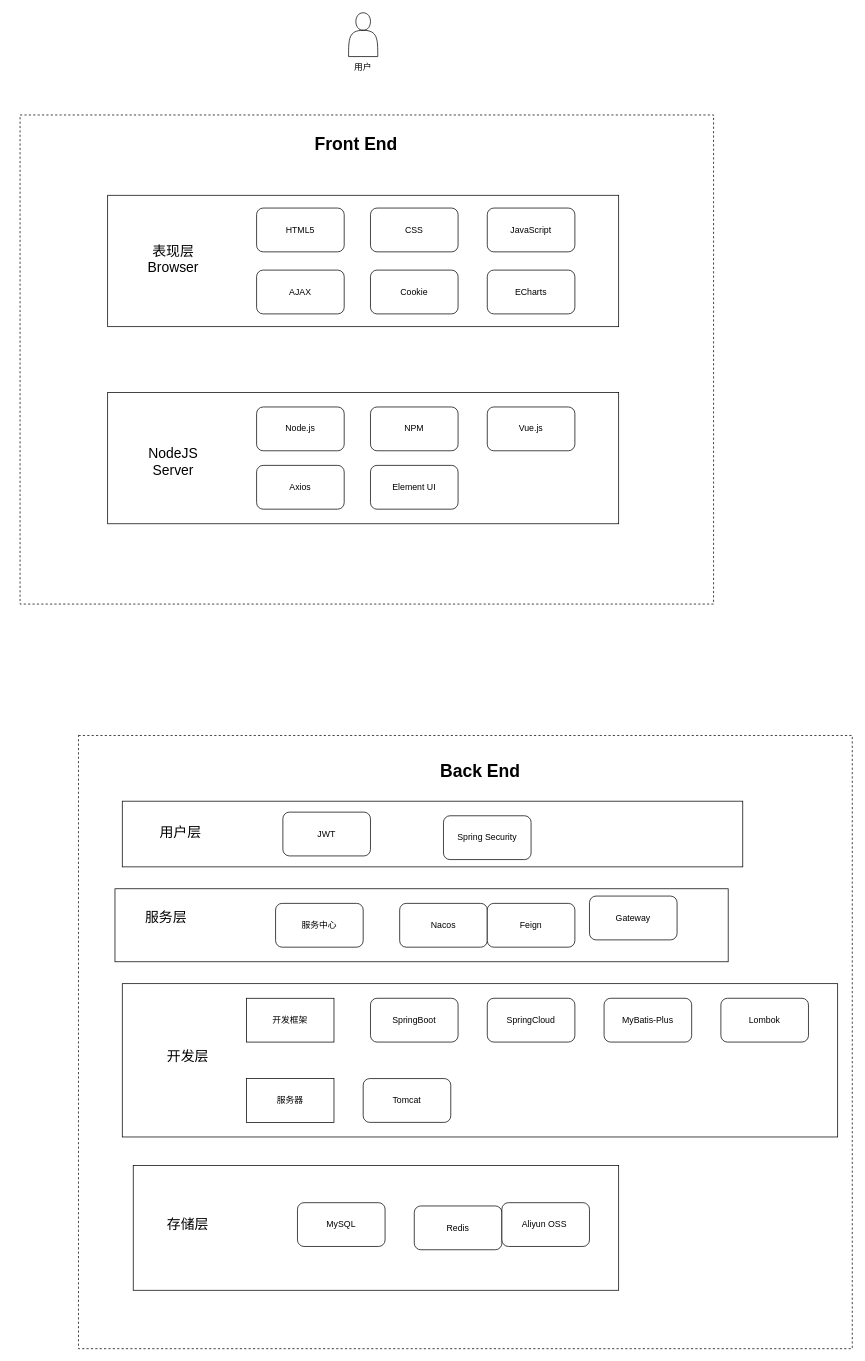
Alkaidar/draw keeps this draw.io diagram as 技术架构.drawio. Above is the earlier version. Source tidied: cells renumbered, new cells numbered last; positions are measured from the earlier drawing's top-left corner, leaving out a move shared by most shapes. Both pictures are drawn from the tidied source at 73%, with x=0, y=0 at pixel (20, 12).
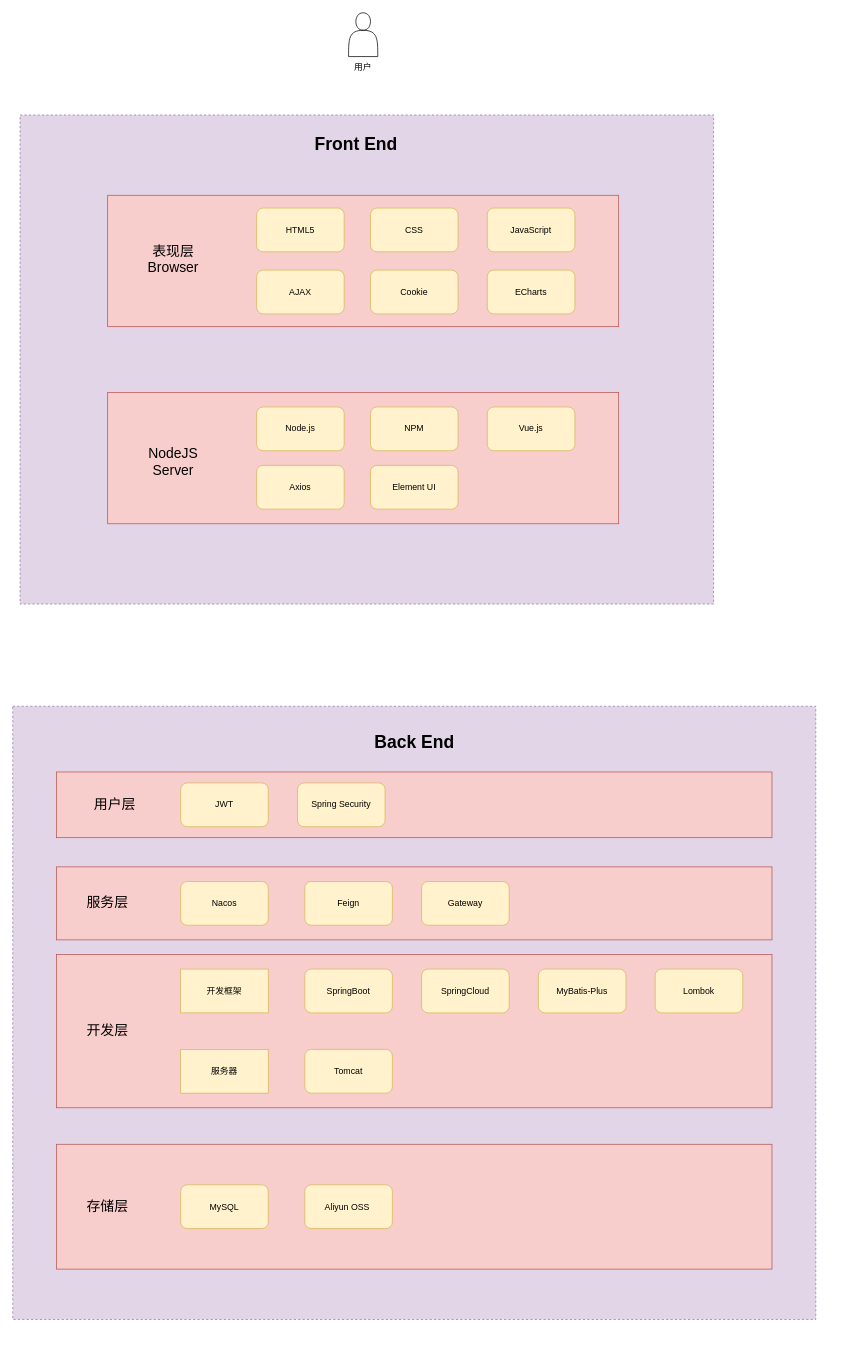
The same page after the edit.

Commit message:
更新技术架构.drawio

What changed in the source:
```diff
@@
-    <mxCell id="3" style="rounded=0;whiteSpace=wrap;html=1;dashed=1;" parent="1" vertex="1">
+    <mxCell id="3" style="rounded=0;whiteSpace=wrap;html=1;dashed=1;fillColor=#e1d5e7;strokeColor=#9673a6;" parent="1" vertex="1">
       <mxGeometry y="140" width="950" height="670" as="geometry" />
     </mxCell>
-    <mxCell id="4" style="rounded=0;whiteSpace=wrap;html=1;" parent="1" vertex="1">
+    <mxCell id="4" style="rounded=0;whiteSpace=wrap;html=1;fillColor=#f8cecc;strokeColor=#b85450;" parent="1" vertex="1">
       <mxGeometry x="120" y="250" width="700" height="180" as="geometry" />
     </mxCell>
-    <mxCell id="5" value="HTML5" style="rounded=1;whiteSpace=wrap;html=1;" parent="1" vertex="1">
+    <mxCell id="5" value="HTML5" style="rounded=1;whiteSpace=wrap;html=1;fillColor=#fff2cc;strokeColor=#d6b656;" parent="1" vertex="1">
       <mxGeometry x="324" y="267.5" width="120" height="60" as="geometry" />
     </mxCell>
-    <mxCell id="6" value="CSS" style="rounded=1;whiteSpace=wrap;html=1;" parent="1" vertex="1">
+    <mxCell id="6" value="CSS" style="rounded=1;whiteSpace=wrap;html=1;fillColor=#fff2cc;strokeColor=#d6b656;" parent="1" vertex="1">
       <mxGeometry x="480" y="267.5" width="120" height="60" as="geometry" />
     </mxCell>
-    <mxCell id="7" value="JavaScript" style="rounded=1;whiteSpace=wrap;html=1;" parent="1" vertex="1">
+    <mxCell id="7" value="JavaScript" style="rounded=1;whiteSpace=wrap;html=1;fillColor=#fff2cc;strokeColor=#d6b656;" parent="1" vertex="1">
       <mxGeometry x="640" y="267.5" width="120" height="60" as="geometry" />
     </mxCell>
-    <mxCell id="8" value="AJAX" style="rounded=1;whiteSpace=wrap;html=1;" parent="1" vertex="1">
+    <mxCell id="8" value="AJAX" style="rounded=1;whiteSpace=wrap;html=1;fillColor=#fff2cc;strokeColor=#d6b656;" parent="1" vertex="1">
       <mxGeometry x="324" y="352.5" width="120" height="60" as="geometry" />
     </mxCell>
-    <mxCell id="9" value="Cookie" style="rounded=1;whiteSpace=wrap;html=1;" parent="1" vertex="1">
+    <mxCell id="9" value="Cookie" style="rounded=1;whiteSpace=wrap;html=1;fillColor=#fff2cc;strokeColor=#d6b656;" parent="1" vertex="1">
       <mxGeometry x="480" y="352.5" width="120" height="60" as="geometry" />
     </mxCell>
-    <mxCell id="10" value="ECharts" style="rounded=1;whiteSpace=wrap;html=1;" parent="1" vertex="1">
+    <mxCell id="10" value="ECharts" style="rounded=1;whiteSpace=wrap;html=1;fillColor=#fff2cc;strokeColor=#d6b656;" parent="1" vertex="1">
       <mxGeometry x="640" y="352.5" width="120" height="60" as="geometry" />
     </mxCell>
-    <mxCell id="11" style="rounded=0;whiteSpace=wrap;html=1;dashed=1;" parent="1" vertex="1">
-      <mxGeometry x="80" y="990" width="1060" height="840" as="geometry" />
+    <mxCell id="11" style="rounded=0;whiteSpace=wrap;html=1;dashed=1;fillColor=#e1d5e7;strokeColor=#9673a6;" parent="1" vertex="1">
+      <mxGeometry x="-10" y="950" width="1100" height="840" as="geometry" />
     </mxCell>
-    <mxCell id="12" style="rounded=0;whiteSpace=wrap;html=1;" parent="1" vertex="1">
-      <mxGeometry x="140" y="1080" width="850" height="90" as="geometry" />
+    <mxCell id="12" style="rounded=0;whiteSpace=wrap;html=1;fillColor=#f8cecc;strokeColor=#b85450;" parent="1" vertex="1">
+      <mxGeometry x="50" y="1040" width="980" height="90" as="geometry" />
     </mxCell>
-    <mxCell id="13" value="JWT" style="rounded=1;whiteSpace=wrap;html=1;" parent="1" vertex="1">
-      <mxGeometry x="360" y="1095" width="120" height="60" as="geometry" />
+    <mxCell id="13" value="JWT" style="rounded=1;whiteSpace=wrap;html=1;fillColor=#fff2cc;strokeColor=#d6b656;" parent="1" vertex="1">
+      <mxGeometry x="220" y="1055" width="120" height="60" as="geometry" />
     </mxCell>
-    <mxCell id="14" value="Spring Security" style="rounded=1;whiteSpace=wrap;html=1;" parent="1" vertex="1">
-      <mxGeometry x="580" y="1100" width="120" height="60" as="geometry" />
+    <mxCell id="14" value="Spring Security" style="rounded=1;whiteSpace=wrap;html=1;fillColor=#fff2cc;strokeColor=#d6b656;" parent="1" vertex="1">
+      <mxGeometry x="380" y="1055" width="120" height="60" as="geometry" />
     </mxCell>
-    <mxCell id="15" style="rounded=0;whiteSpace=wrap;html=1;" parent="1" vertex="1">
-      <mxGeometry x="130" y="1200" width="840" height="100" as="geometry" />
+    <mxCell id="15" style="rounded=0;whiteSpace=wrap;html=1;fillColor=#f8cecc;strokeColor=#b85450;" parent="1" vertex="1">
+      <mxGeometry x="50" y="1170" width="980" height="100" as="geometry" />
     </mxCell>
-    <mxCell id="16" value="Nacos" style="rounded=1;whiteSpace=wrap;html=1;" parent="1" vertex="1">
-      <mxGeometry x="520" y="1220" width="120" height="60" as="geometry" />
+    <mxCell id="16" value="Nacos" style="rounded=1;whiteSpace=wrap;html=1;fillColor=#fff2cc;strokeColor=#d6b656;" parent="1" vertex="1">
+      <mxGeometry x="220" y="1190" width="120" height="60" as="geometry" />
     </mxCell>
-    <mxCell id="17" value="Feign" style="rounded=1;whiteSpace=wrap;html=1;" parent="1" vertex="1">
-      <mxGeometry x="640" y="1220" width="120" height="60" as="geometry" />
+    <mxCell id="17" value="Feign" style="rounded=1;whiteSpace=wrap;html=1;fillColor=#fff2cc;strokeColor=#d6b656;" parent="1" vertex="1">
+      <mxGeometry x="390" y="1190" width="120" height="60" as="geometry" />
     </mxCell>
-    <mxCell id="18" value="Gateway" style="rounded=1;whiteSpace=wrap;html=1;" parent="1" vertex="1">
-      <mxGeometry x="780" y="1210" width="120" height="60" as="geometry" />
+    <mxCell id="18" value="Gateway" style="rounded=1;whiteSpace=wrap;html=1;fillColor=#fff2cc;strokeColor=#d6b656;" parent="1" vertex="1">
+      <mxGeometry x="550" y="1190" width="120" height="60" as="geometry" />
     </mxCell>
-    <mxCell id="19" style="rounded=0;whiteSpace=wrap;html=1;" parent="1" vertex="1">
-      <mxGeometry x="140" y="1330" width="980" height="210" as="geometry" />
+    <mxCell id="19" style="rounded=0;whiteSpace=wrap;html=1;fillColor=#f8cecc;strokeColor=#b85450;" parent="1" vertex="1">
+      <mxGeometry x="50" y="1290" width="980" height="210" as="geometry" />
     </mxCell>
-    <mxCell id="20" value="服务中心" style="rounded=1;whiteSpace=wrap;html=1;" parent="1" vertex="1">
-      <mxGeometry x="350" y="1220" width="120" height="60" as="geometry" />
-    </mxCell>
-    <mxCell id="21" value="SpringBoot" style="rounded=1;whiteSpace=wrap;html=1;" parent="1" vertex="1">
-      <mxGeometry x="480" y="1350" width="120" height="60" as="geometry" />
+    <mxCell id="21" value="SpringBoot" style="rounded=1;whiteSpace=wrap;html=1;fillColor=#fff2cc;strokeColor=#d6b656;" parent="1" vertex="1">
+      <mxGeometry x="390" y="1310" width="120" height="60" as="geometry" />
     </mxCell>
-    <mxCell id="22" value="SpringCloud" style="rounded=1;whiteSpace=wrap;html=1;" parent="1" vertex="1">
-      <mxGeometry x="640" y="1350" width="120" height="60" as="geometry" />
+    <mxCell id="22" value="SpringCloud" style="rounded=1;whiteSpace=wrap;html=1;fillColor=#fff2cc;strokeColor=#d6b656;" parent="1" vertex="1">
+      <mxGeometry x="550" y="1310" width="120" height="60" as="geometry" />
     </mxCell>
-    <mxCell id="23" value="MyBatis-Plus" style="rounded=1;whiteSpace=wrap;html=1;" parent="1" vertex="1">
-      <mxGeometry x="800" y="1350" width="120" height="60" as="geometry" />
+    <mxCell id="23" value="MyBatis-Plus" style="rounded=1;whiteSpace=wrap;html=1;fillColor=#fff2cc;strokeColor=#d6b656;" parent="1" vertex="1">
+      <mxGeometry x="710" y="1310" width="120" height="60" as="geometry" />
     </mxCell>
-    <mxCell id="24" value="Lombok" style="rounded=1;whiteSpace=wrap;html=1;" parent="1" vertex="1">
-      <mxGeometry x="960" y="1350" width="120" height="60" as="geometry" />
+    <mxCell id="24" value="Lombok" style="rounded=1;whiteSpace=wrap;html=1;fillColor=#fff2cc;strokeColor=#d6b656;" parent="1" vertex="1">
+      <mxGeometry x="870" y="1310" width="120" height="60" as="geometry" />
     </mxCell>
-    <mxCell id="25" value="服务器" style="rounded=0;whiteSpace=wrap;html=1;" parent="1" vertex="1">
-      <mxGeometry x="310" y="1460" width="120" height="60" as="geometry" />
+    <mxCell id="25" value="服务器" style="rounded=0;whiteSpace=wrap;html=1;fillColor=#fff2cc;strokeColor=#d6b656;" parent="1" vertex="1">
+      <mxGeometry x="220" y="1420" width="120" height="60" as="geometry" />
     </mxCell>
-    <mxCell id="26" value="Tomcat" style="rounded=1;whiteSpace=wrap;html=1;" parent="1" vertex="1">
-      <mxGeometry x="470" y="1460" width="120" height="60" as="geometry" />
+    <mxCell id="26" value="Tomcat" style="rounded=1;whiteSpace=wrap;html=1;fillColor=#fff2cc;strokeColor=#d6b656;" parent="1" vertex="1">
+      <mxGeometry x="390" y="1420" width="120" height="60" as="geometry" />
     </mxCell>
-    <mxCell id="27" style="rounded=0;whiteSpace=wrap;html=1;" parent="1" vertex="1">
-      <mxGeometry x="155" y="1579" width="665" height="171" as="geometry" />
+    <mxCell id="27" style="rounded=0;whiteSpace=wrap;html=1;fillColor=#f8cecc;strokeColor=#b85450;" parent="1" vertex="1">
+      <mxGeometry x="50" y="1550" width="980" height="171" as="geometry" />
     </mxCell>
-    <mxCell id="28" value="MySQL" style="rounded=1;whiteSpace=wrap;html=1;" parent="1" vertex="1">
-      <mxGeometry x="380" y="1630" width="120" height="60" as="geometry" />
+    <mxCell id="28" value="MySQL" style="rounded=1;whiteSpace=wrap;html=1;fillColor=#fff2cc;strokeColor=#d6b656;" parent="1" vertex="1">
+      <mxGeometry x="220" y="1605.5" width="120" height="60" as="geometry" />
     </mxCell>
-    <mxCell id="29" value="Redis" style="rounded=1;whiteSpace=wrap;html=1;" parent="1" vertex="1">
-      <mxGeometry x="540" y="1634.5" width="120" height="60" as="geometry" />
-    </mxCell>
-    <mxCell id="30" value="Aliyun OSS&amp;nbsp;" style="rounded=1;whiteSpace=wrap;html=1;" parent="1" vertex="1">
-      <mxGeometry x="660" y="1630" width="120" height="60" as="geometry" />
+    <mxCell id="30" value="Aliyun OSS&amp;nbsp;" style="rounded=1;whiteSpace=wrap;html=1;fillColor=#fff2cc;strokeColor=#d6b656;" parent="1" vertex="1">
+      <mxGeometry x="390" y="1605.5" width="120" height="60" as="geometry" />
     </mxCell>
@@
     <mxCell id="33" value="Back End" style="text;strokeColor=none;fillColor=none;html=1;fontSize=24;fontStyle=1;verticalAlign=middle;align=center;" parent="1" vertex="1">
-      <mxGeometry x="580" y="1020" width="100" height="40" as="geometry" />
+      <mxGeometry x="490" y="980" width="100" height="40" as="geometry" />
     </mxCell>
@@
-    <mxCell id="35" style="rounded=0;whiteSpace=wrap;html=1;" parent="1" vertex="1">
+    <mxCell id="35" style="rounded=0;whiteSpace=wrap;html=1;fillColor=#f8cecc;strokeColor=#b85450;" parent="1" vertex="1">
       <mxGeometry x="120" y="520" width="700" height="180" as="geometry" />
     </mxCell>
-    <mxCell id="36" value="Node.js" style="rounded=1;whiteSpace=wrap;html=1;" parent="1" vertex="1">
+    <mxCell id="36" value="Node.js" style="rounded=1;whiteSpace=wrap;html=1;fillColor=#fff2cc;strokeColor=#d6b656;" parent="1" vertex="1">
       <mxGeometry x="324" y="540" width="120" height="60" as="geometry" />
     </mxCell>
-    <mxCell id="37" value="NPM" style="rounded=1;whiteSpace=wrap;html=1;" parent="1" vertex="1">
+    <mxCell id="37" value="NPM" style="rounded=1;whiteSpace=wrap;html=1;fillColor=#fff2cc;strokeColor=#d6b656;" parent="1" vertex="1">
       <mxGeometry x="480" y="540" width="120" height="60" as="geometry" />
     </mxCell>
-    <mxCell id="38" value="Vue.js" style="rounded=1;whiteSpace=wrap;html=1;" parent="1" vertex="1">
+    <mxCell id="38" value="Vue.js" style="rounded=1;whiteSpace=wrap;html=1;fillColor=#fff2cc;strokeColor=#d6b656;" parent="1" vertex="1">
       <mxGeometry x="640" y="540" width="120" height="60" as="geometry" />
     </mxCell>
-    <mxCell id="39" value="Axios" style="rounded=1;whiteSpace=wrap;html=1;" parent="1" vertex="1">
+    <mxCell id="39" value="Axios" style="rounded=1;whiteSpace=wrap;html=1;fillColor=#fff2cc;strokeColor=#d6b656;" parent="1" vertex="1">
       <mxGeometry x="324" y="620" width="120" height="60" as="geometry" />
     </mxCell>
-    <mxCell id="40" value="Element UI" style="rounded=1;whiteSpace=wrap;html=1;" parent="1" vertex="1">
+    <mxCell id="40" value="Element UI" style="rounded=1;whiteSpace=wrap;html=1;fillColor=#fff2cc;strokeColor=#d6b656;" parent="1" vertex="1">
       <mxGeometry x="480" y="620" width="120" height="60" as="geometry" />
     </mxCell>
@@
     <mxCell id="42" value="&lt;span style=&quot;font-size: 19px;&quot;&gt;用户层&lt;/span&gt;" style="text;html=1;align=center;verticalAlign=middle;whiteSpace=wrap;rounded=0;" parent="1" vertex="1">
-      <mxGeometry x="170" y="1109" width="100" height="30" as="geometry" />
+      <mxGeometry x="80" y="1070" width="100" height="30" as="geometry" />
     </mxCell>
     <mxCell id="43" value="&lt;span style=&quot;font-size: 19px;&quot;&gt;服务层&lt;/span&gt;" style="text;html=1;align=center;verticalAlign=middle;whiteSpace=wrap;rounded=0;" parent="1" vertex="1">
-      <mxGeometry x="150" y="1225" width="100" height="30" as="geometry" />
+      <mxGeometry x="70" y="1205" width="100" height="30" as="geometry" />
     </mxCell>
     <mxCell id="44" value="&lt;span style=&quot;font-size: 19px;&quot;&gt;开发层&lt;/span&gt;" style="text;html=1;align=center;verticalAlign=middle;whiteSpace=wrap;rounded=0;" parent="1" vertex="1">
-      <mxGeometry x="180" y="1415" width="100" height="30" as="geometry" />
+      <mxGeometry x="70" y="1380" width="100" height="30" as="geometry" />
     </mxCell>
     <mxCell id="45" value="&lt;span style=&quot;font-size: 19px;&quot;&gt;存储层&lt;/span&gt;" style="text;html=1;align=center;verticalAlign=middle;whiteSpace=wrap;rounded=0;" parent="1" vertex="1">
-      <mxGeometry x="180" y="1645" width="100" height="30" as="geometry" />
+      <mxGeometry x="70" y="1620.5" width="100" height="30" as="geometry" />
     </mxCell>
-    <mxCell id="46" value="开发框架" style="rounded=0;whiteSpace=wrap;html=1;" parent="1" vertex="1">
-      <mxGeometry x="310" y="1350" width="120" height="60" as="geometry" />
+    <mxCell id="46" value="开发框架" style="rounded=0;whiteSpace=wrap;html=1;fillColor=#fff2cc;strokeColor=#d6b656;" parent="1" vertex="1">
+      <mxGeometry x="220" y="1310" width="120" height="60" as="geometry" />
     </mxCell>
```
